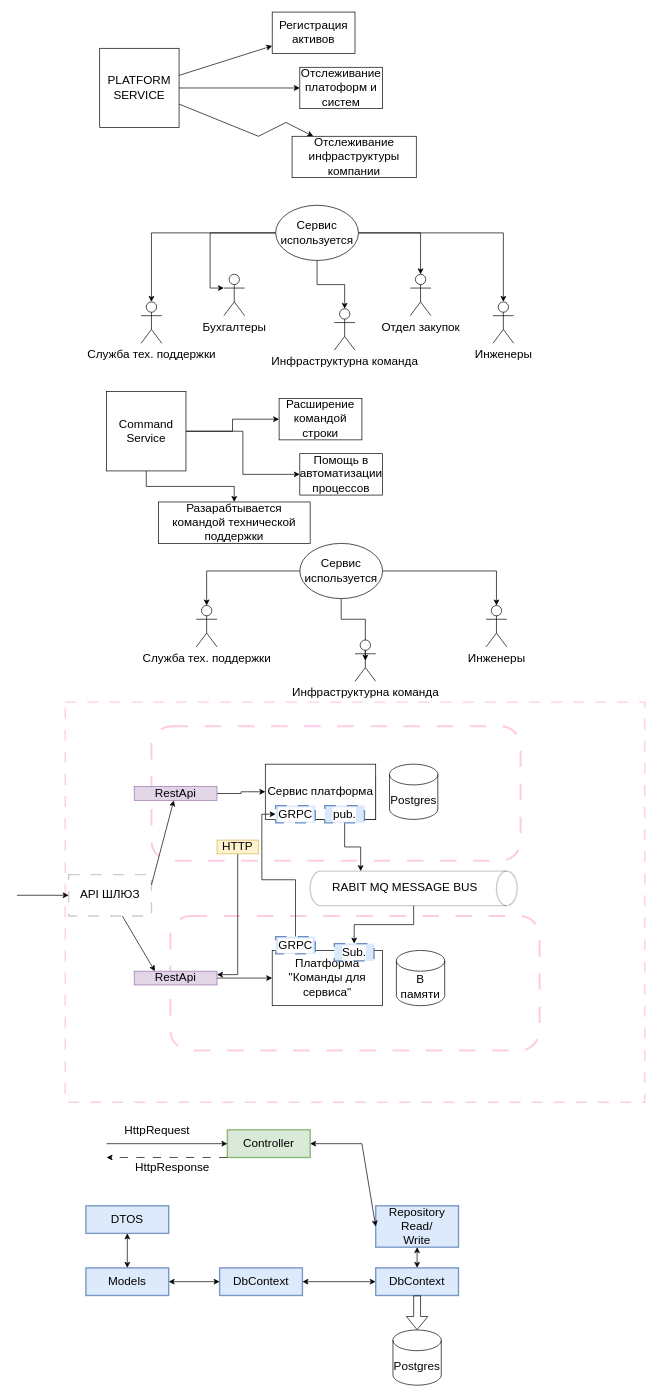
Above: Untitled Diagram.drawio in shnopiqa/AutotestAPI (draw.io), before the change. Source tidied: cells renumbered, new cells numbered last; positions are measured from the earlier drawing's top-left corner, leaving out a move shared by most shapes. Both pictures are drawn from the tidied source at 69%, with x=0, y=0 at pixel (17, 12).
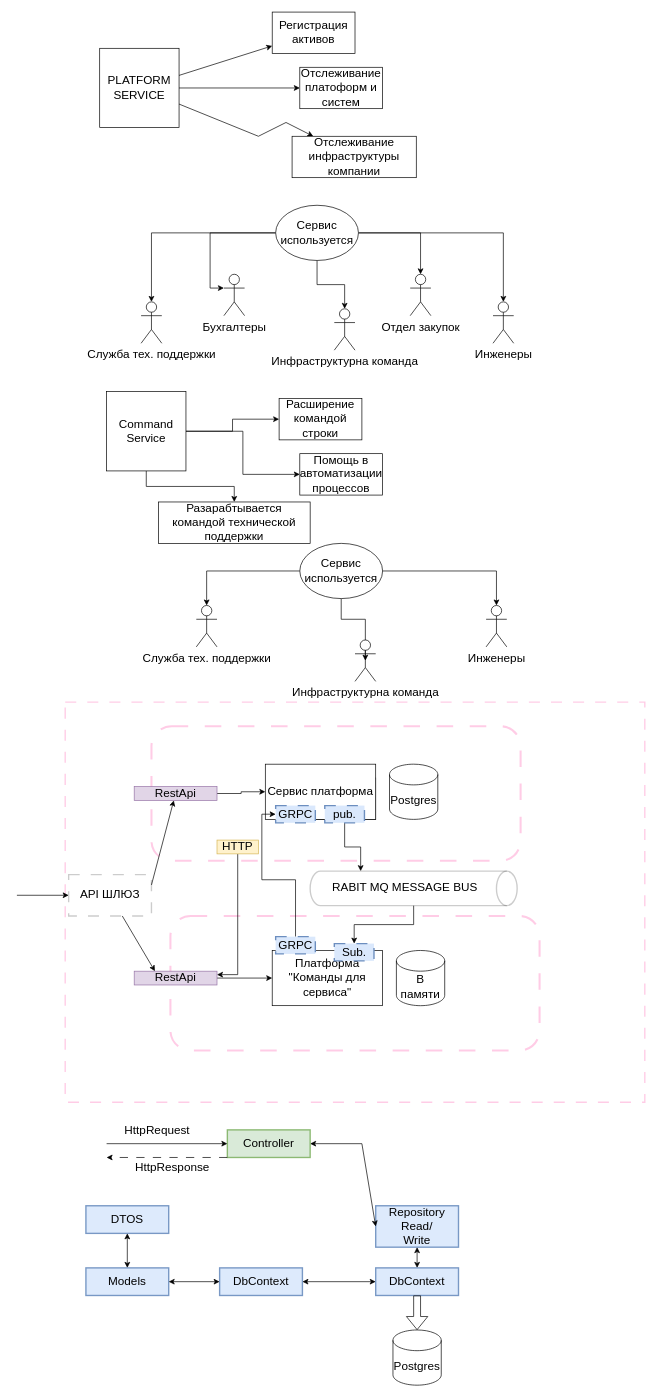
After the change.

Diff of the diagram source:
```diff
@@
-    <mxCell id="55" value="pub." style="rounded=0;whiteSpace=wrap;html=1;dashed=1;dashPattern=8 8;labelBackgroundColor=#FFFFFF;strokeColor=#6c8ebf;strokeWidth=2;fontFamily=Helvetica;fontSize=17;fillColor=#dae8fc;" parent="1" vertex="1">
+    <mxCell id="55" value="pub." style="rounded=0;whiteSpace=wrap;html=1;dashed=1;dashPattern=8 8;labelBackgroundColor=none;strokeColor=#6c8ebf;strokeWidth=2;fontFamily=Helvetica;fontSize=17;fillColor=#dae8fc;" parent="1" vertex="1">
       <mxGeometry x="446.2" y="1150" width="57.5" height="25" as="geometry" />
     </mxCell>
-    <mxCell id="56" value="Sub." style="rounded=0;whiteSpace=wrap;html=1;dashed=1;dashPattern=8 8;labelBackgroundColor=#FFFFFF;strokeColor=#6c8ebf;strokeWidth=2;fontFamily=Helvetica;fontSize=17;fillColor=#dae8fc;" parent="1" vertex="1">
+    <mxCell id="56" value="Sub." style="rounded=0;whiteSpace=wrap;html=1;dashed=1;dashPattern=8 8;labelBackgroundColor=none;strokeColor=#6c8ebf;strokeWidth=2;fontFamily=Helvetica;fontSize=17;fillColor=#dae8fc;" parent="1" vertex="1">
       <mxGeometry x="460" y="1350" width="57.5" height="25" as="geometry" />
     </mxCell>
-    <mxCell id="57" value="GRPC" style="rounded=0;whiteSpace=wrap;html=1;dashed=1;dashPattern=8 8;labelBackgroundColor=#FFFFFF;strokeColor=#6c8ebf;strokeWidth=2;fontFamily=Helvetica;fontSize=17;fillColor=#dae8fc;" parent="1" vertex="1">
+    <mxCell id="57" value="GRPC" style="rounded=0;whiteSpace=wrap;html=1;dashed=1;dashPattern=8 8;labelBackgroundColor=none;strokeColor=#6c8ebf;strokeWidth=2;fontFamily=Helvetica;fontSize=17;fillColor=#dae8fc;" parent="1" vertex="1">
       <mxGeometry x="375" y="1150" width="57.5" height="25" as="geometry" />
     </mxCell>
@@
-    <mxCell id="59" value="GRPC" style="rounded=0;whiteSpace=wrap;html=1;dashed=1;dashPattern=8 8;labelBackgroundColor=#FFFFFF;strokeColor=#6c8ebf;strokeWidth=2;fontFamily=Helvetica;fontSize=17;fillColor=#dae8fc;" parent="1" vertex="1">
+    <mxCell id="59" value="GRPC" style="rounded=0;whiteSpace=wrap;html=1;dashed=1;dashPattern=8 8;labelBackgroundColor=none;strokeColor=#6c8ebf;strokeWidth=2;fontFamily=Helvetica;fontSize=17;fillColor=#dae8fc;" parent="1" vertex="1">
       <mxGeometry x="375" y="1340" width="57.5" height="25" as="geometry" />
     </mxCell>
```
